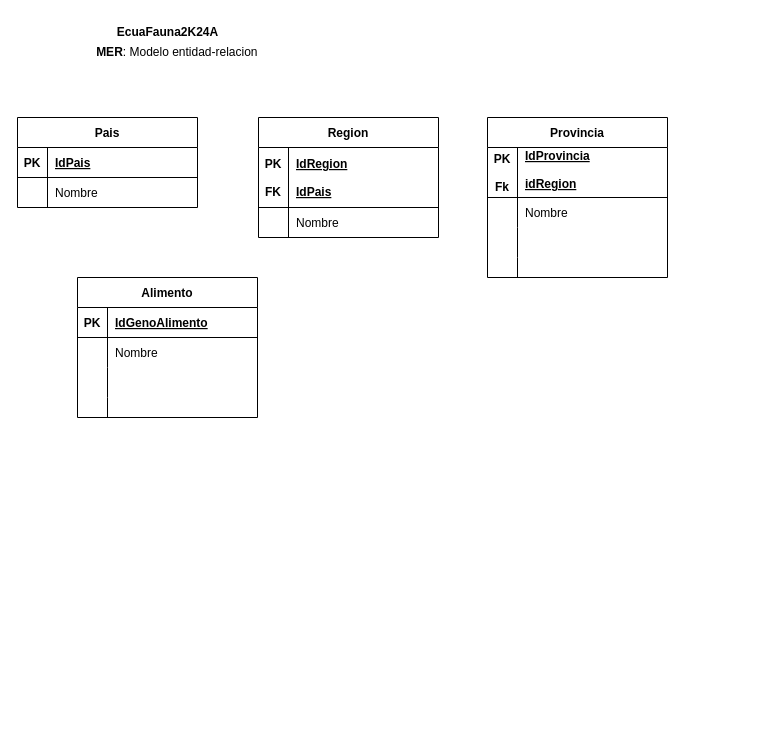
The draw.io diagram Design/DigramaMER.dio in NayeliGualpa/ExamenFinal, before the edit. Source tidied: cells renumbered, new cells numbered last; positions are measured from the earlier drawing's top-left corner, leaving out a move shared by most shapes. Both pictures are drawn from the tidied source at 100%, with x=0, y=0 at pixel (17, 17).
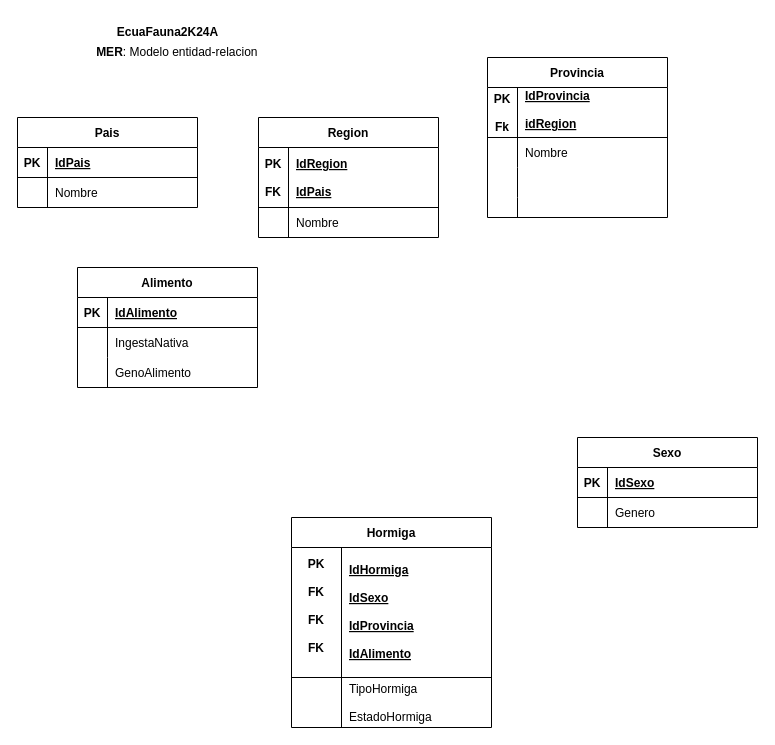
The same diagram, later.

Unchanged cells that the change refers to:
```xml
<mxCell id="32" style="shape=tableRow;horizontal=0;startSize=0;swimlaneHead=0;swimlaneBody=0;fillColor=none;top=0;left=0;right=0;bottom=1;" parent="31" vertex="1">
  <mxGeometry y="30" width="180" height="30" as="geometry" />
</mxCell>
<mxCell id="35" style="shape=tableRow;horizontal=0;startSize=0;swimlaneHead=0;swimlaneBody=0;fillColor=none;top=0;left=0;right=0;bottom=0;" parent="31" vertex="1">
  <mxGeometry y="60" width="180" height="30" as="geometry" />
</mxCell>
```

What changed in the source:
```diff
@@
     <mxCell id="18" value="Provincia" style="shape=table;startSize=30;childLayout=tableLayout;rowLines=0;fontStyle=1;align=center;" parent="1" vertex="1">
-      <mxGeometry x="470" y="100" width="180" height="160" as="geometry" />
+      <mxGeometry x="470" y="40" width="180" height="160" as="geometry" />
     </mxCell>
@@
     <mxCell id="31" value="Alimento" style="shape=table;startSize=30;childLayout=tableLayout;rowLines=0;fontStyle=1;align=center;" parent="1" vertex="1">
-      <mxGeometry x="60" y="260" width="180" height="140" as="geometry" />
+      <mxGeometry x="60" y="250" width="180" height="120" as="geometry" />
     </mxCell>
@@
-    <mxCell id="34" value="IdGenoAlimento" style="shape=partialRectangle;fillColor=none;top=0;left=0;bottom=0;right=0;align=left;spacingLeft=6;fontStyle=5;overflow=hidden;" parent="32" vertex="1">
+    <mxCell id="34" value="IdAlimento" style="shape=partialRectangle;fillColor=none;top=0;left=0;bottom=0;right=0;align=left;spacingLeft=6;fontStyle=5;overflow=hidden;" parent="32" vertex="1">
       <mxGeometry x="30" width="150" height="30" as="geometry" />
     </mxCell>
@@
-    <mxCell id="37" value="Nombre" style="shape=partialRectangle;fillColor=none;top=0;left=0;bottom=0;right=0;align=left;spacingLeft=6;overflow=hidden;" parent="35" vertex="1">
+    <mxCell id="37" value="IngestaNativa" style="shape=partialRectangle;fillColor=none;top=0;left=0;bottom=0;right=0;align=left;spacingLeft=6;overflow=hidden;" parent="35" vertex="1">
       <mxGeometry x="30" width="150" height="30" as="geometry" />
     </mxCell>
@@
-    <mxCell id="41" style="shape=tableRow;horizontal=0;startSize=0;swimlaneHead=0;swimlaneBody=0;fillColor=none;top=0;left=0;right=0;bottom=0;" parent="31" vertex="1">
-      <mxGeometry y="120" width="180" height="20" as="geometry" />
-    </mxCell>
-    <mxCell id="42" style="shape=partialRectangle;fillColor=none;top=0;left=0;bottom=0;right=0;overflow=hidden;" parent="41" vertex="1">
-      <mxGeometry width="30" height="20" as="geometry" />
-    </mxCell>
-    <mxCell id="43" style="shape=partialRectangle;fillColor=none;top=0;left=0;bottom=0;right=0;align=left;spacingLeft=6;overflow=hidden;" parent="41" vertex="1">
-      <mxGeometry x="30" width="150" height="20" as="geometry" />
-    </mxCell>
+    <mxCell id="44" style="shape=tableRow;horizontal=0;startSize=0;swimlaneHead=0;swimlaneBody=0;fillColor=none;top=0;left=0;right=0;bottom=0;" parent="1" vertex="1">
+      <mxGeometry x="60" y="340" width="180" height="30" as="geometry" />
+    </mxCell>
+    <mxCell id="45" style="shape=partialRectangle;fillColor=none;top=0;left=0;bottom=0;right=0;overflow=hidden;" parent="44" vertex="1">
+      <mxGeometry width="30" height="30" as="geometry" />
+    </mxCell>
+    <mxCell id="46" value="GenoAlimento" style="shape=partialRectangle;fillColor=none;top=0;left=0;bottom=0;right=0;align=left;spacingLeft=6;overflow=hidden;" parent="44" vertex="1">
+      <mxGeometry x="30" width="150" height="30" as="geometry" />
+    </mxCell>
+    <mxCell id="47" value="Sexo" style="shape=table;startSize=30;childLayout=tableLayout;rowLines=0;fontStyle=1;align=center;" parent="1" vertex="1">
+      <mxGeometry x="560" y="420" width="180" height="90" as="geometry" />
+    </mxCell>
+    <mxCell id="48" style="shape=tableRow;horizontal=0;startSize=0;swimlaneHead=0;swimlaneBody=0;fillColor=none;top=0;left=0;right=0;bottom=1;" parent="47" vertex="1">
+      <mxGeometry y="30" width="180" height="30" as="geometry" />
+    </mxCell>
+    <mxCell id="49" value="PK" style="shape=partialRectangle;fillColor=none;top=0;left=0;bottom=0;right=0;fontStyle=1;overflow=hidden;" parent="48" vertex="1">
+      <mxGeometry width="30" height="30" as="geometry" />
+    </mxCell>
+    <mxCell id="50" value="IdSexo" style="shape=partialRectangle;fillColor=none;top=0;left=0;bottom=0;right=0;align=left;spacingLeft=6;fontStyle=5;overflow=hidden;" parent="48" vertex="1">
+      <mxGeometry x="30" width="150" height="30" as="geometry" />
+    </mxCell>
+    <mxCell id="51" style="shape=tableRow;horizontal=0;startSize=0;swimlaneHead=0;swimlaneBody=0;fillColor=none;top=0;left=0;right=0;bottom=0;" parent="47" vertex="1">
+      <mxGeometry y="60" width="180" height="30" as="geometry" />
+    </mxCell>
+    <mxCell id="52" style="shape=partialRectangle;fillColor=none;top=0;left=0;bottom=0;right=0;overflow=hidden;" parent="51" vertex="1">
+      <mxGeometry width="30" height="30" as="geometry" />
+    </mxCell>
+    <mxCell id="53" value="Genero" style="shape=partialRectangle;fillColor=none;top=0;left=0;bottom=0;right=0;align=left;spacingLeft=6;overflow=hidden;" parent="51" vertex="1">
+      <mxGeometry x="30" width="150" height="30" as="geometry" />
+    </mxCell>
+    <mxCell id="54" value="Hormiga" style="shape=table;startSize=30;childLayout=tableLayout;rowLines=0;fontStyle=1;align=center;" parent="1" vertex="1">
+      <mxGeometry x="274" y="500" width="200" height="210" as="geometry" />
+    </mxCell>
+    <mxCell id="55" style="shape=tableRow;horizontal=0;startSize=0;swimlaneHead=0;swimlaneBody=0;fillColor=none;top=0;left=0;right=0;bottom=1;" parent="54" vertex="1">
+      <mxGeometry y="30" width="200" height="130" as="geometry" />
+    </mxCell>
+    <mxCell id="56" value="PK&#10;&#10;FK&#10;&#10;FK&#10;&#10;FK&#10;" style="shape=partialRectangle;fillColor=none;top=0;left=0;bottom=0;right=0;fontStyle=1;overflow=hidden;" parent="55" vertex="1">
+      <mxGeometry width="50" height="130" as="geometry" />
+    </mxCell>
+    <mxCell id="57" value="&#10;IdHormiga&#10;&#10;IdSexo&#10;&#10;IdProvincia&#10;&#10;IdAlimento&#10;&#10;" style="shape=partialRectangle;fillColor=none;top=0;left=0;bottom=0;right=0;align=left;spacingLeft=6;fontStyle=5;overflow=hidden;" parent="55" vertex="1">
+      <mxGeometry x="50" width="150" height="130" as="geometry" />
+    </mxCell>
+    <mxCell id="58" style="shape=tableRow;horizontal=0;startSize=0;swimlaneHead=0;swimlaneBody=0;fillColor=none;top=0;left=0;right=0;bottom=0;" parent="54" vertex="1">
+      <mxGeometry y="160" width="200" height="50" as="geometry" />
+    </mxCell>
+    <mxCell id="59" style="shape=partialRectangle;fillColor=none;top=0;left=0;bottom=0;right=0;overflow=hidden;" parent="58" vertex="1">
+      <mxGeometry width="50" height="50" as="geometry" />
+    </mxCell>
+    <mxCell id="60" value="TipoHormiga&#10;&#10;EstadoHormiga" style="shape=partialRectangle;fillColor=none;top=0;left=0;bottom=0;right=0;align=left;spacingLeft=6;overflow=hidden;" parent="58" vertex="1">
+      <mxGeometry x="50" width="150" height="50" as="geometry" />
+    </mxCell>
```
